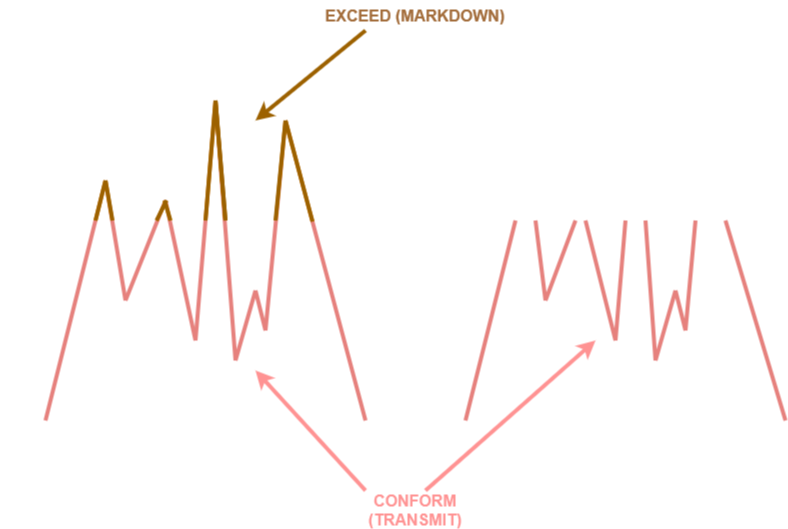
The draw.io diagram CCNP 350-401 ENCOR/01 - Architecture/01 - QoS/15 - Single Rate Two-Color Marker  Policers/Imagens/Single_rate_two_colors.png in alcancil/Cisco, before a commit. Source tidied: cells renumbered, new cells last; positions are measured from the earlier drawing's top-left corner, leaving out a move shared by most shapes. Its diagram source:
```xml
<mxGraphModel background="#ffffff">
  <root>
    <mxCell id="0" />
    <mxCell id="1" parent="0" />
    <mxCell id="2" style="endArrow=none;html=1;rounded=0;strokeWidth=4;" parent="1" edge="1">
      <mxGeometry relative="1" as="geometry">
        <mxPoint x="130" y="420" as="sourcePoint" />
        <mxPoint x="130" y="100" as="targetPoint" />
      </mxGeometry>
    </mxCell>
    <mxCell id="3" style="endArrow=none;html=1;rounded=0;strokeWidth=4;" parent="1" edge="1">
      <mxGeometry relative="1" as="geometry">
        <mxPoint x="130" y="420" as="sourcePoint" />
        <mxPoint x="450" y="420" as="targetPoint" />
      </mxGeometry>
    </mxCell>
    <mxCell id="4" style="endArrow=none;html=1;rounded=0;strokeWidth=4;dashed=1;" parent="1" edge="1">
      <mxGeometry relative="1" as="geometry">
        <mxPoint x="130" y="220" as="sourcePoint" />
        <mxPoint x="450" y="220" as="targetPoint" />
      </mxGeometry>
    </mxCell>
    <mxCell id="5" style="endArrow=none;html=1;rounded=0;strokeWidth=4;jumpStyle=none;shadow=0;flowAnimation=0;orthogonalLoop=0;orthogonal=0;enumerate=0;comic=0;fillColor=#f8cecc;strokeColor=#b85450;" parent="1" edge="1">
      <mxGeometry relative="1" as="geometry">
        <mxPoint x="130" y="420" as="sourcePoint" />
        <mxPoint x="190" y="180" as="targetPoint" />
      </mxGeometry>
    </mxCell>
    <mxCell id="6" style="endArrow=none;html=1;rounded=0;strokeWidth=4;jumpStyle=none;shadow=0;flowAnimation=0;orthogonalLoop=0;orthogonal=0;enumerate=0;comic=0;fillColor=#f8cecc;strokeColor=#b85450;" parent="1" edge="1">
      <mxGeometry relative="1" as="geometry">
        <mxPoint x="210" y="300" as="sourcePoint" />
        <mxPoint x="190" y="180" as="targetPoint" />
      </mxGeometry>
    </mxCell>
    <mxCell id="7" style="endArrow=none;html=1;rounded=0;strokeWidth=4;jumpStyle=none;shadow=0;flowAnimation=0;orthogonalLoop=0;orthogonal=0;enumerate=0;comic=0;fillColor=#f8cecc;strokeColor=#b85450;" parent="1" edge="1">
      <mxGeometry relative="1" as="geometry">
        <mxPoint x="210" y="300" as="sourcePoint" />
        <mxPoint x="250" y="200" as="targetPoint" />
      </mxGeometry>
    </mxCell>
    <mxCell id="8" style="endArrow=none;html=1;rounded=0;strokeWidth=4;jumpStyle=none;shadow=0;flowAnimation=0;orthogonalLoop=0;orthogonal=0;enumerate=0;comic=0;fillColor=#f8cecc;strokeColor=#b85450;" parent="1" edge="1">
      <mxGeometry relative="1" as="geometry">
        <mxPoint x="280" y="340" as="sourcePoint" />
        <mxPoint x="250" y="200" as="targetPoint" />
      </mxGeometry>
    </mxCell>
    <mxCell id="9" style="endArrow=none;html=1;rounded=0;strokeWidth=4;jumpStyle=none;shadow=0;flowAnimation=0;orthogonalLoop=0;orthogonal=0;enumerate=0;comic=0;fillColor=#f8cecc;strokeColor=#b85450;" parent="1" edge="1">
      <mxGeometry relative="1" as="geometry">
        <mxPoint x="280" y="340" as="sourcePoint" />
        <mxPoint x="300" y="100" as="targetPoint" />
      </mxGeometry>
    </mxCell>
    <mxCell id="10" style="endArrow=none;html=1;rounded=0;strokeWidth=4;jumpStyle=none;shadow=0;flowAnimation=0;orthogonalLoop=0;orthogonal=0;enumerate=0;comic=0;fillColor=#f8cecc;strokeColor=#b85450;" parent="1" edge="1">
      <mxGeometry relative="1" as="geometry">
        <mxPoint x="320" y="360" as="sourcePoint" />
        <mxPoint x="300" y="100" as="targetPoint" />
      </mxGeometry>
    </mxCell>
    <mxCell id="11" style="endArrow=none;html=1;rounded=0;strokeWidth=4;jumpStyle=none;shadow=0;flowAnimation=0;orthogonalLoop=0;orthogonal=0;enumerate=0;comic=0;fillColor=#f8cecc;strokeColor=#b85450;" parent="1" edge="1">
      <mxGeometry relative="1" as="geometry">
        <mxPoint x="320" y="360" as="sourcePoint" />
        <mxPoint x="340" y="290" as="targetPoint" />
      </mxGeometry>
    </mxCell>
    <mxCell id="12" style="endArrow=none;html=1;rounded=0;strokeWidth=4;fillColor=#f8cecc;strokeColor=#b85450;" parent="1" edge="1">
      <mxGeometry relative="1" as="geometry">
        <mxPoint x="350" y="330" as="sourcePoint" />
        <mxPoint x="340" y="290" as="targetPoint" />
      </mxGeometry>
    </mxCell>
    <mxCell id="13" style="endArrow=none;html=1;rounded=0;strokeWidth=4;jumpStyle=none;shadow=0;flowAnimation=0;orthogonalLoop=0;orthogonal=0;enumerate=0;comic=0;fillColor=#f8cecc;strokeColor=#b85450;" parent="1" edge="1">
      <mxGeometry relative="1" as="geometry">
        <mxPoint x="350" y="330" as="sourcePoint" />
        <mxPoint x="370" y="120" as="targetPoint" />
      </mxGeometry>
    </mxCell>
    <mxCell id="14" style="endArrow=none;html=1;rounded=0;strokeWidth=4;jumpStyle=none;shadow=0;flowAnimation=0;orthogonalLoop=0;orthogonal=0;enumerate=0;comic=0;fillColor=#f8cecc;strokeColor=#b85450;" parent="1" edge="1">
      <mxGeometry relative="1" as="geometry">
        <mxPoint x="450" y="420" as="sourcePoint" />
        <mxPoint x="370" y="120" as="targetPoint" />
      </mxGeometry>
    </mxCell>
    <mxCell id="15" style="endArrow=none;html=1;rounded=0;strokeWidth=4;" parent="1" edge="1">
      <mxGeometry relative="1" as="geometry">
        <mxPoint x="550" y="420" as="sourcePoint" />
        <mxPoint x="550" y="100" as="targetPoint" />
      </mxGeometry>
    </mxCell>
    <mxCell id="16" style="endArrow=none;html=1;rounded=0;strokeWidth=4;" parent="1" edge="1">
      <mxGeometry relative="1" as="geometry">
        <mxPoint x="550" y="420" as="sourcePoint" />
        <mxPoint x="870" y="420" as="targetPoint" />
      </mxGeometry>
    </mxCell>
    <mxCell id="17" style="endArrow=none;html=1;rounded=0;strokeWidth=4;dashed=1;" parent="1" edge="1">
      <mxGeometry relative="1" as="geometry">
        <mxPoint x="550" y="220" as="sourcePoint" />
        <mxPoint x="870" y="220" as="targetPoint" />
      </mxGeometry>
    </mxCell>
    <mxCell id="18" style="endArrow=none;html=1;rounded=0;strokeWidth=4;fillColor=#f8cecc;strokeColor=#b85450;" parent="1" edge="1">
      <mxGeometry relative="1" as="geometry">
        <mxPoint x="550" y="420" as="sourcePoint" />
        <mxPoint x="600" y="220" as="targetPoint" />
      </mxGeometry>
    </mxCell>
    <mxCell id="19" style="endArrow=none;html=1;rounded=0;strokeWidth=4;fillColor=#f8cecc;strokeColor=#b85450;" parent="1" edge="1">
      <mxGeometry relative="1" as="geometry">
        <mxPoint x="630" y="300" as="sourcePoint" />
        <mxPoint x="620" y="220" as="targetPoint" />
      </mxGeometry>
    </mxCell>
    <mxCell id="20" style="endArrow=none;html=1;rounded=0;strokeWidth=4;fillColor=#f8cecc;strokeColor=#b85450;" parent="1" edge="1">
      <mxGeometry relative="1" as="geometry">
        <mxPoint x="630" y="300" as="sourcePoint" />
        <mxPoint x="660" y="220" as="targetPoint" />
      </mxGeometry>
    </mxCell>
    <mxCell id="21" style="endArrow=none;html=1;rounded=0;strokeWidth=4;fillColor=#f8cecc;strokeColor=#b85450;" parent="1" edge="1">
      <mxGeometry relative="1" as="geometry">
        <mxPoint x="700" y="340" as="sourcePoint" />
        <mxPoint x="670" y="220" as="targetPoint" />
      </mxGeometry>
    </mxCell>
    <mxCell id="22" style="endArrow=none;html=1;rounded=0;strokeWidth=4;fillColor=#f8cecc;strokeColor=#b85450;" parent="1" edge="1">
      <mxGeometry relative="1" as="geometry">
        <mxPoint x="700" y="340" as="sourcePoint" />
        <mxPoint x="710" y="220" as="targetPoint" />
      </mxGeometry>
    </mxCell>
    <mxCell id="23" style="endArrow=none;html=1;rounded=0;strokeWidth=4;fillColor=#f8cecc;strokeColor=#b85450;" parent="1" edge="1">
      <mxGeometry relative="1" as="geometry">
        <mxPoint x="740" y="360" as="sourcePoint" />
        <mxPoint x="730" y="220" as="targetPoint" />
      </mxGeometry>
    </mxCell>
    <mxCell id="24" style="endArrow=none;html=1;rounded=0;strokeWidth=4;fillColor=#f8cecc;strokeColor=#b85450;" parent="1" edge="1">
      <mxGeometry relative="1" as="geometry">
        <mxPoint x="740" y="360" as="sourcePoint" />
        <mxPoint x="760" y="290" as="targetPoint" />
      </mxGeometry>
    </mxCell>
    <mxCell id="25" style="endArrow=none;html=1;rounded=0;strokeWidth=4;fillColor=#f8cecc;strokeColor=#b85450;" parent="1" edge="1">
      <mxGeometry relative="1" as="geometry">
        <mxPoint x="770" y="330" as="sourcePoint" />
        <mxPoint x="760" y="290" as="targetPoint" />
      </mxGeometry>
    </mxCell>
    <mxCell id="26" style="endArrow=none;html=1;rounded=0;strokeWidth=4;fillColor=#f8cecc;strokeColor=#b85450;" parent="1" edge="1">
      <mxGeometry relative="1" as="geometry">
        <mxPoint x="770" y="330" as="sourcePoint" />
        <mxPoint x="780" y="220" as="targetPoint" />
      </mxGeometry>
    </mxCell>
    <mxCell id="27" style="endArrow=none;html=1;rounded=0;strokeWidth=4;fillColor=#f8cecc;strokeColor=#b85450;" parent="1" edge="1">
      <mxGeometry relative="1" as="geometry">
        <mxPoint x="870" y="420" as="sourcePoint" />
        <mxPoint x="810" y="220" as="targetPoint" />
      </mxGeometry>
    </mxCell>
    <mxCell id="28" style="endArrow=none;html=1;rounded=0;fillColor=#ffe6cc;strokeColor=#d79b00;strokeWidth=4;" parent="1" edge="1">
      <mxGeometry relative="1" as="geometry">
        <mxPoint x="180" y="220" as="sourcePoint" />
        <mxPoint x="190" y="180" as="targetPoint" />
      </mxGeometry>
    </mxCell>
    <mxCell id="29" style="endArrow=none;html=1;rounded=0;fillColor=#ffe6cc;strokeColor=#d79b00;strokeWidth=4;" parent="1" edge="1">
      <mxGeometry relative="1" as="geometry">
        <mxPoint x="197" y="220" as="sourcePoint" />
        <mxPoint x="190" y="180" as="targetPoint" />
      </mxGeometry>
    </mxCell>
    <mxCell id="30" style="endArrow=none;html=1;rounded=0;fillColor=#ffe6cc;strokeColor=#d79b00;strokeWidth=4;" parent="1" edge="1">
      <mxGeometry relative="1" as="geometry">
        <mxPoint x="241" y="220" as="sourcePoint" />
        <mxPoint x="251" y="200" as="targetPoint" />
      </mxGeometry>
    </mxCell>
    <mxCell id="31" style="endArrow=none;html=1;rounded=0;fillColor=#ffe6cc;strokeColor=#d79b00;strokeWidth=4;" parent="1" edge="1">
      <mxGeometry relative="1" as="geometry">
        <mxPoint x="255" y="220" as="sourcePoint" />
        <mxPoint x="249" y="200" as="targetPoint" />
      </mxGeometry>
    </mxCell>
    <mxCell id="32" style="endArrow=none;html=1;rounded=0;fillColor=#ffe6cc;strokeColor=#d79b00;strokeWidth=4;" parent="1" edge="1">
      <mxGeometry relative="1" as="geometry">
        <mxPoint x="290" y="220" as="sourcePoint" />
        <mxPoint x="300" y="100" as="targetPoint" />
      </mxGeometry>
    </mxCell>
    <mxCell id="33" style="endArrow=none;html=1;rounded=0;fillColor=#ffe6cc;strokeColor=#d79b00;strokeWidth=4;" parent="1" edge="1">
      <mxGeometry relative="1" as="geometry">
        <mxPoint x="310" y="220" as="sourcePoint" />
        <mxPoint x="300" y="100" as="targetPoint" />
      </mxGeometry>
    </mxCell>
    <mxCell id="34" style="endArrow=none;html=1;rounded=0;fillColor=#ffe6cc;strokeColor=#d79b00;strokeWidth=4;" parent="1" edge="1">
      <mxGeometry relative="1" as="geometry">
        <mxPoint x="310" y="220" as="sourcePoint" />
        <mxPoint x="300" y="100" as="targetPoint" />
      </mxGeometry>
    </mxCell>
    <mxCell id="35" style="endArrow=none;html=1;rounded=0;fillColor=#ffe6cc;strokeColor=#d79b00;strokeWidth=4;" parent="1" edge="1">
      <mxGeometry relative="1" as="geometry">
        <mxPoint x="360" y="220" as="sourcePoint" />
        <mxPoint x="370" y="120" as="targetPoint" />
      </mxGeometry>
    </mxCell>
    <mxCell id="36" style="endArrow=none;html=1;rounded=0;fillColor=#ffe6cc;strokeColor=#d79b00;strokeWidth=4;" parent="1" edge="1">
      <mxGeometry relative="1" as="geometry">
        <mxPoint x="397" y="221" as="sourcePoint" />
        <mxPoint x="370" y="120" as="targetPoint" />
      </mxGeometry>
    </mxCell>
    <mxCell id="37" value="TRAFFIC STREAM RATE" style="text;html=1;strokeColor=none;fillColor=none;align=center;verticalAlign=middle;whiteSpace=wrap;rounded=0;fontSize=16;fontStyle=1;rotation=-90;" parent="1" vertex="1">
      <mxGeometry y="230" width="200" height="30" as="geometry" />
    </mxCell>
    <mxCell id="38" value="TIME" style="text;html=1;strokeColor=none;fillColor=none;align=center;verticalAlign=middle;whiteSpace=wrap;rounded=0;fontSize=16;fontStyle=1;" parent="1" vertex="1">
      <mxGeometry x="700" y="440" width="60" height="30" as="geometry" />
    </mxCell>
    <mxCell id="39" value="TIME" style="text;html=1;strokeColor=none;fillColor=none;align=center;verticalAlign=middle;whiteSpace=wrap;rounded=0;fontSize=16;fontStyle=1;" parent="1" vertex="1">
      <mxGeometry x="250" y="450" width="60" height="30" as="geometry" />
    </mxCell>
    <mxCell id="40" value="TRAFFIC STREAM RATE" style="text;html=1;strokeColor=none;fillColor=none;align=center;verticalAlign=middle;whiteSpace=wrap;rounded=0;fontSize=16;fontStyle=1;rotation=-90;" parent="1" vertex="1">
      <mxGeometry x="420" y="230" width="200" height="30" as="geometry" />
    </mxCell>
    <mxCell id="41" value="EXCEED (MARKDOWN)" style="text;html=1;strokeColor=none;fillColor=none;align=center;verticalAlign=middle;whiteSpace=wrap;rounded=0;fontSize=16;fontStyle=1;fontColor=#B88251;" parent="1" vertex="1">
      <mxGeometry x="400" width="200" height="30" as="geometry" />
    </mxCell>
    <mxCell id="42" style="endArrow=classic;html=1;rounded=0;strokeWidth=4;fillColor=#ffe6cc;strokeColor=#d79b00;exitX=0.25;exitY=1;exitDx=0;exitDy=0;" parent="1" edge="1" source="41">
      <mxGeometry relative="1" as="geometry">
        <mxPoint x="340" y="120" as="targetPoint" />
      </mxGeometry>
    </mxCell>
    <mxCell id="43" value="CONFORM (TRANSMIT)" style="text;html=1;strokeColor=none;fillColor=none;align=center;verticalAlign=middle;whiteSpace=wrap;rounded=0;fontSize=16;fontStyle=1;fontColor=#FF0000;" parent="1" vertex="1">
      <mxGeometry x="470" y="495" width="60" height="30" as="geometry" />
    </mxCell>
    <mxCell id="44" style="endArrow=classic;html=1;rounded=0;fontColor=#c83737;strokeWidth=4;strokeColor=#FF0000;" parent="1" edge="1">
      <mxGeometry relative="1" as="geometry">
        <mxPoint x="450" y="490" as="sourcePoint" />
        <mxPoint x="340" y="370" as="targetPoint" />
      </mxGeometry>
    </mxCell>
    <mxCell id="45" style="endArrow=classic;html=1;rounded=0;fontColor=#c83737;strokeWidth=4;strokeColor=#FF0000;" parent="1" edge="1">
      <mxGeometry relative="1" as="geometry">
        <mxPoint x="510" y="490" as="sourcePoint" />
        <mxPoint x="680" y="340" as="targetPoint" />
      </mxGeometry>
    </mxCell>
  </root>
</mxGraphModel>
```
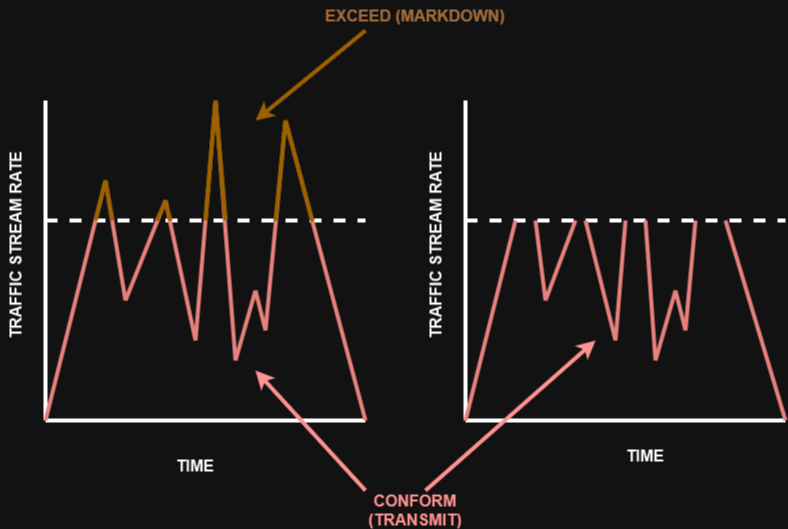
After the commit.

Commit message:
Alterado o arquivo readme.md

The edit, as a diff of the source:
```diff
@@ -1,4 +1,4 @@
-<mxGraphModel background="#ffffff">
+<mxGraphModel>
   <root>
     <mxCell id="0" />
     <mxCell id="1" parent="0" />
```
